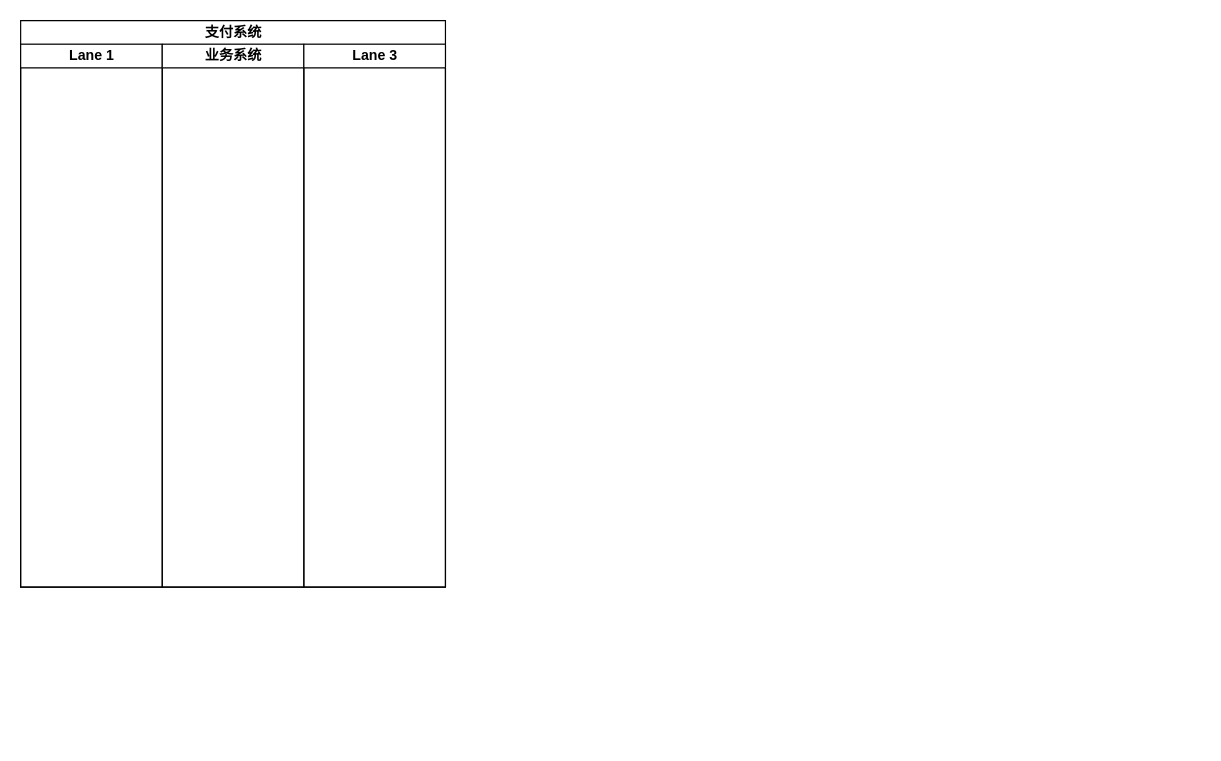
Before: 支付系统.drawio in anconglee/diagram, a draw.io diagram. Source tidied: cells renumbered, new cells numbered last; positions are measured from the earlier drawing's top-left corner, leaving out a move shared by most shapes. Both pictures are drawn from the tidied source at 118%, with x=0, y=0 at pixel (20, 20).
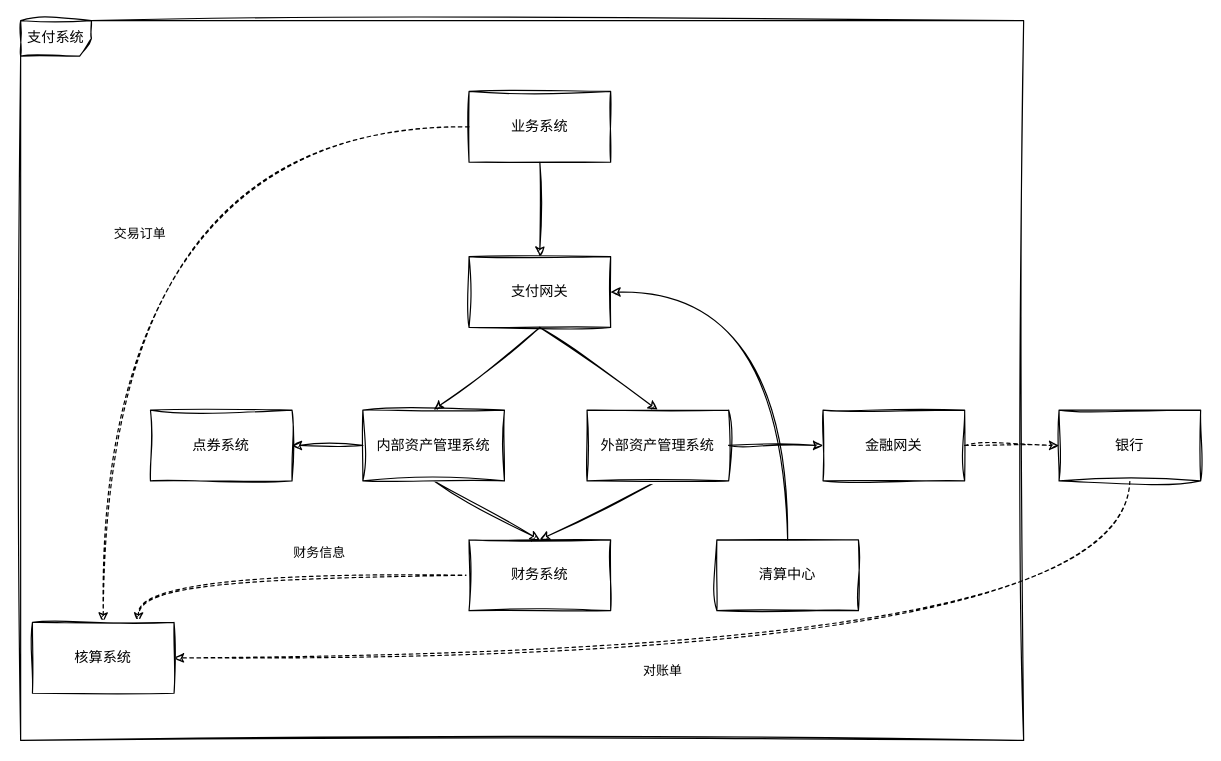
After the change.

Commit message:
更新支付系统.drawio

The edit, as a diff of the source:
```diff
@@
+    <mxCell id="6" style="edgeStyle=orthogonalEdgeStyle;rounded=0;jettySize=auto;html=1;labelBackgroundColor=none;fontColor=default;sketch=1;curveFitting=1;jiggle=2;" parent="1" edge="1" source="4" target="10">
+      <mxGeometry relative="1" as="geometry" />
+    </mxCell>
+    <mxCell id="7" style="edgeStyle=orthogonalEdgeStyle;rounded=0;jettySize=auto;html=1;exitX=0;exitY=0.5;exitDx=0;exitDy=0;entryX=0.5;entryY=0;entryDx=0;entryDy=0;curved=1;dashed=1;labelBackgroundColor=none;fontColor=default;sketch=1;curveFitting=1;jiggle=2;" parent="1" edge="1" source="4" target="28">
+      <mxGeometry relative="1" as="geometry" />
+    </mxCell>
+    <mxCell id="8" value="交易订单" style="edgeLabel;html=1;align=center;verticalAlign=middle;rounded=0;labelBackgroundColor=none;sketch=1;curveFitting=1;jiggle=2;" parent="7" vertex="1">
+      <mxGeometry x="-0.01" y="42" relative="1" as="geometry">
+        <mxPoint x="-12" y="39" as="offset" />
+      </mxGeometry>
+    </mxCell>
+    <mxCell id="4" value="业务系统" style="rounded=0;whiteSpace=wrap;html=1;labelBackgroundColor=none;sketch=1;curveFitting=1;jiggle=2;" parent="1" vertex="1">
+      <mxGeometry x="380" y="60" width="120" height="60" as="geometry" />
+    </mxCell>
+    <mxCell id="9" style="edgeStyle=none;rounded=0;jettySize=auto;html=1;exitX=0.5;exitY=1;exitDx=0;exitDy=0;entryX=0.5;entryY=0;entryDx=0;entryDy=0;labelBackgroundColor=none;fontColor=default;sketch=1;curveFitting=1;jiggle=2;" parent="1" edge="1" source="10" target="13">
+      <mxGeometry relative="1" as="geometry" />
+    </mxCell>
+    <mxCell id="10" value="支付网关" style="whiteSpace=wrap;html=1;rounded=0;labelBackgroundColor=none;sketch=1;curveFitting=1;jiggle=2;" parent="1" vertex="1">
+      <mxGeometry x="380" y="200" width="120" height="60" as="geometry" />
+    </mxCell>
+    <mxCell id="11" style="edgeStyle=none;rounded=0;jettySize=auto;html=1;exitX=0.5;exitY=1;exitDx=0;exitDy=0;entryX=0.5;entryY=0;entryDx=0;entryDy=0;labelBackgroundColor=none;fontColor=default;sketch=1;curveFitting=1;jiggle=2;" parent="1" edge="1" source="13" target="25">
+      <mxGeometry relative="1" as="geometry" />
+    </mxCell>
+    <mxCell id="12" style="edgeStyle=none;rounded=0;jettySize=auto;html=1;labelBackgroundColor=none;fontColor=default;sketch=1;curveFitting=1;jiggle=2;" parent="1" edge="1" source="13" target="29">
+      <mxGeometry relative="1" as="geometry" />
+    </mxCell>
+    <mxCell id="13" value="内部资产管理系统" style="whiteSpace=wrap;html=1;rounded=0;labelBackgroundColor=none;sketch=1;curveFitting=1;jiggle=2;" parent="1" vertex="1">
+      <mxGeometry x="290" y="330" width="120" height="60" as="geometry" />
+    </mxCell>
+    <mxCell id="14" style="edgeStyle=none;rounded=0;jettySize=auto;html=1;exitX=0.5;exitY=1;exitDx=0;exitDy=0;entryX=0.5;entryY=0;entryDx=0;entryDy=0;labelBackgroundColor=none;fontColor=default;sketch=1;curveFitting=1;jiggle=2;" parent="1" edge="1" source="10" target="17">
+      <mxGeometry relative="1" as="geometry" />
+    </mxCell>
+    <mxCell id="15" style="edgeStyle=none;rounded=0;jettySize=auto;html=1;labelBackgroundColor=none;fontColor=default;sketch=1;curveFitting=1;jiggle=2;" parent="1" edge="1" source="17" target="19">
+      <mxGeometry relative="1" as="geometry" />
+    </mxCell>
+    <mxCell id="16" style="edgeStyle=none;rounded=0;jettySize=auto;html=1;exitX=0.5;exitY=1;exitDx=0;exitDy=0;entryX=0.5;entryY=0;entryDx=0;entryDy=0;labelBackgroundColor=none;fontColor=default;sketch=1;curveFitting=1;jiggle=2;" parent="1" edge="1" source="17" target="25">
+      <mxGeometry relative="1" as="geometry" />
+    </mxCell>
+    <mxCell id="17" value="外部资产管理系统" style="whiteSpace=wrap;html=1;rounded=0;labelBackgroundColor=none;sketch=1;curveFitting=1;jiggle=2;" parent="1" vertex="1">
+      <mxGeometry x="480" y="330" width="120" height="60" as="geometry" />
+    </mxCell>
+    <mxCell id="18" style="edgeStyle=none;rounded=0;jettySize=auto;html=1;exitX=1;exitY=0.5;exitDx=0;exitDy=0;dashed=1;labelBackgroundColor=none;fontColor=default;sketch=1;curveFitting=1;jiggle=2;" parent="1" edge="1" source="19" target="22">
+      <mxGeometry relative="1" as="geometry" />
+    </mxCell>
+    <mxCell id="19" value="金融网关" style="whiteSpace=wrap;html=1;rounded=0;labelBackgroundColor=none;sketch=1;curveFitting=1;jiggle=2;" parent="1" vertex="1">
+      <mxGeometry x="680" y="330" width="120" height="60" as="geometry" />
+    </mxCell>
+    <mxCell id="20" style="edgeStyle=orthogonalEdgeStyle;rounded=0;jettySize=auto;html=1;exitX=0.5;exitY=1;exitDx=0;exitDy=0;entryX=1;entryY=0.5;entryDx=0;entryDy=0;curved=1;dashed=1;labelBackgroundColor=none;fontColor=default;sketch=1;curveFitting=1;jiggle=2;" parent="1" edge="1" source="22" target="28">
+      <mxGeometry relative="1" as="geometry" />
+    </mxCell>
+    <mxCell id="21" value="对账单" style="edgeLabel;html=1;align=center;verticalAlign=middle;rounded=0;labelBackgroundColor=none;sketch=1;curveFitting=1;jiggle=2;" parent="20" vertex="1">
+      <mxGeometry x="0.14" y="-11" relative="1" as="geometry">
+        <mxPoint y="21" as="offset" />
+      </mxGeometry>
+    </mxCell>
+    <mxCell id="22" value="银行" style="whiteSpace=wrap;html=1;rounded=0;labelBackgroundColor=none;sketch=1;curveFitting=1;jiggle=2;" parent="1" vertex="1">
+      <mxGeometry x="880" y="330" width="120" height="60" as="geometry" />
+    </mxCell>
+    <mxCell id="23" style="edgeStyle=orthogonalEdgeStyle;rounded=0;jettySize=auto;html=1;exitX=0;exitY=0.5;exitDx=0;exitDy=0;entryX=0.75;entryY=0;entryDx=0;entryDy=0;curved=1;dashed=1;labelBackgroundColor=none;fontColor=default;sketch=1;curveFitting=1;jiggle=2;" parent="1" edge="1" source="25" target="28">
+      <mxGeometry relative="1" as="geometry" />
+    </mxCell>
+    <mxCell id="24" value="财务信息" style="edgeLabel;html=1;align=center;verticalAlign=middle;rounded=0;labelBackgroundColor=none;sketch=1;curveFitting=1;jiggle=2;" parent="23" vertex="1">
+      <mxGeometry x="-0.2" y="2" relative="1" as="geometry">
+        <mxPoint y="-22" as="offset" />
+      </mxGeometry>
+    </mxCell>
+    <mxCell id="25" value="财务系统" style="whiteSpace=wrap;html=1;rounded=0;labelBackgroundColor=none;sketch=1;curveFitting=1;jiggle=2;" parent="1" vertex="1">
+      <mxGeometry x="380" y="440" width="120" height="60" as="geometry" />
+    </mxCell>
+    <mxCell id="26" style="edgeStyle=orthogonalEdgeStyle;rounded=0;jettySize=auto;html=1;exitX=0.5;exitY=0;exitDx=0;exitDy=0;entryX=1;entryY=0.5;entryDx=0;entryDy=0;curved=1;labelBackgroundColor=none;fontColor=default;sketch=1;curveFitting=1;jiggle=2;" parent="1" edge="1" source="27" target="10">
+      <mxGeometry relative="1" as="geometry">
+        <Array as="points">
+          <mxPoint x="650" y="440" />
+          <mxPoint x="650" y="230" />
+        </Array>
+      </mxGeometry>
+    </mxCell>
+    <mxCell id="27" value="清算中心" style="whiteSpace=wrap;html=1;rounded=0;labelBackgroundColor=none;sketch=1;curveFitting=1;jiggle=2;" parent="1" vertex="1">
+      <mxGeometry x="590" y="440" width="120" height="60" as="geometry" />
+    </mxCell>
+    <mxCell id="28" value="核算系统" style="whiteSpace=wrap;html=1;rounded=0;labelBackgroundColor=none;sketch=1;curveFitting=1;jiggle=2;" parent="1" vertex="1">
+      <mxGeometry x="10" y="510" width="120" height="60" as="geometry" />
+    </mxCell>
+    <mxCell id="29" value="点券系统" style="whiteSpace=wrap;html=1;rounded=0;labelBackgroundColor=none;sketch=1;curveFitting=1;jiggle=2;" parent="1" vertex="1">
+      <mxGeometry x="110" y="330" width="120" height="60" as="geometry" />
+    </mxCell>
-    <mxCell id="2" value="支付系统" style="swimlane;startSize=20;html=1;" parent="1" vertex="1">
-      <mxGeometry width="360" height="480" as="geometry" />
+    <mxCell id="2" value="支付系统" style="shape=umlFrame;whiteSpace=wrap;html=1;rounded=0;labelBackgroundColor=none;swimlaneFillColor=none;sketch=1;curveFitting=1;jiggle=2;" parent="1" vertex="1">
+      <mxGeometry width="850" height="610" as="geometry" />
     </mxCell>
-    <mxCell id="3" value="Lane 1" style="swimlane;startSize=20;html=1;" parent="2" vertex="1">
-      <mxGeometry y="20" width="120" height="460" as="geometry" />
-    </mxCell>
-    <mxCell id="4" value="业务系统" style="swimlane;startSize=20;html=1;" parent="2" vertex="1">
-      <mxGeometry x="120" y="20" width="120" height="460" as="geometry" />
-    </mxCell>
-    <mxCell id="5" value="Lane 3" style="swimlane;startSize=20;html=1;" parent="2" vertex="1">
-      <mxGeometry x="240" y="20" width="120" height="460" as="geometry" />
-    </mxCell>
```
